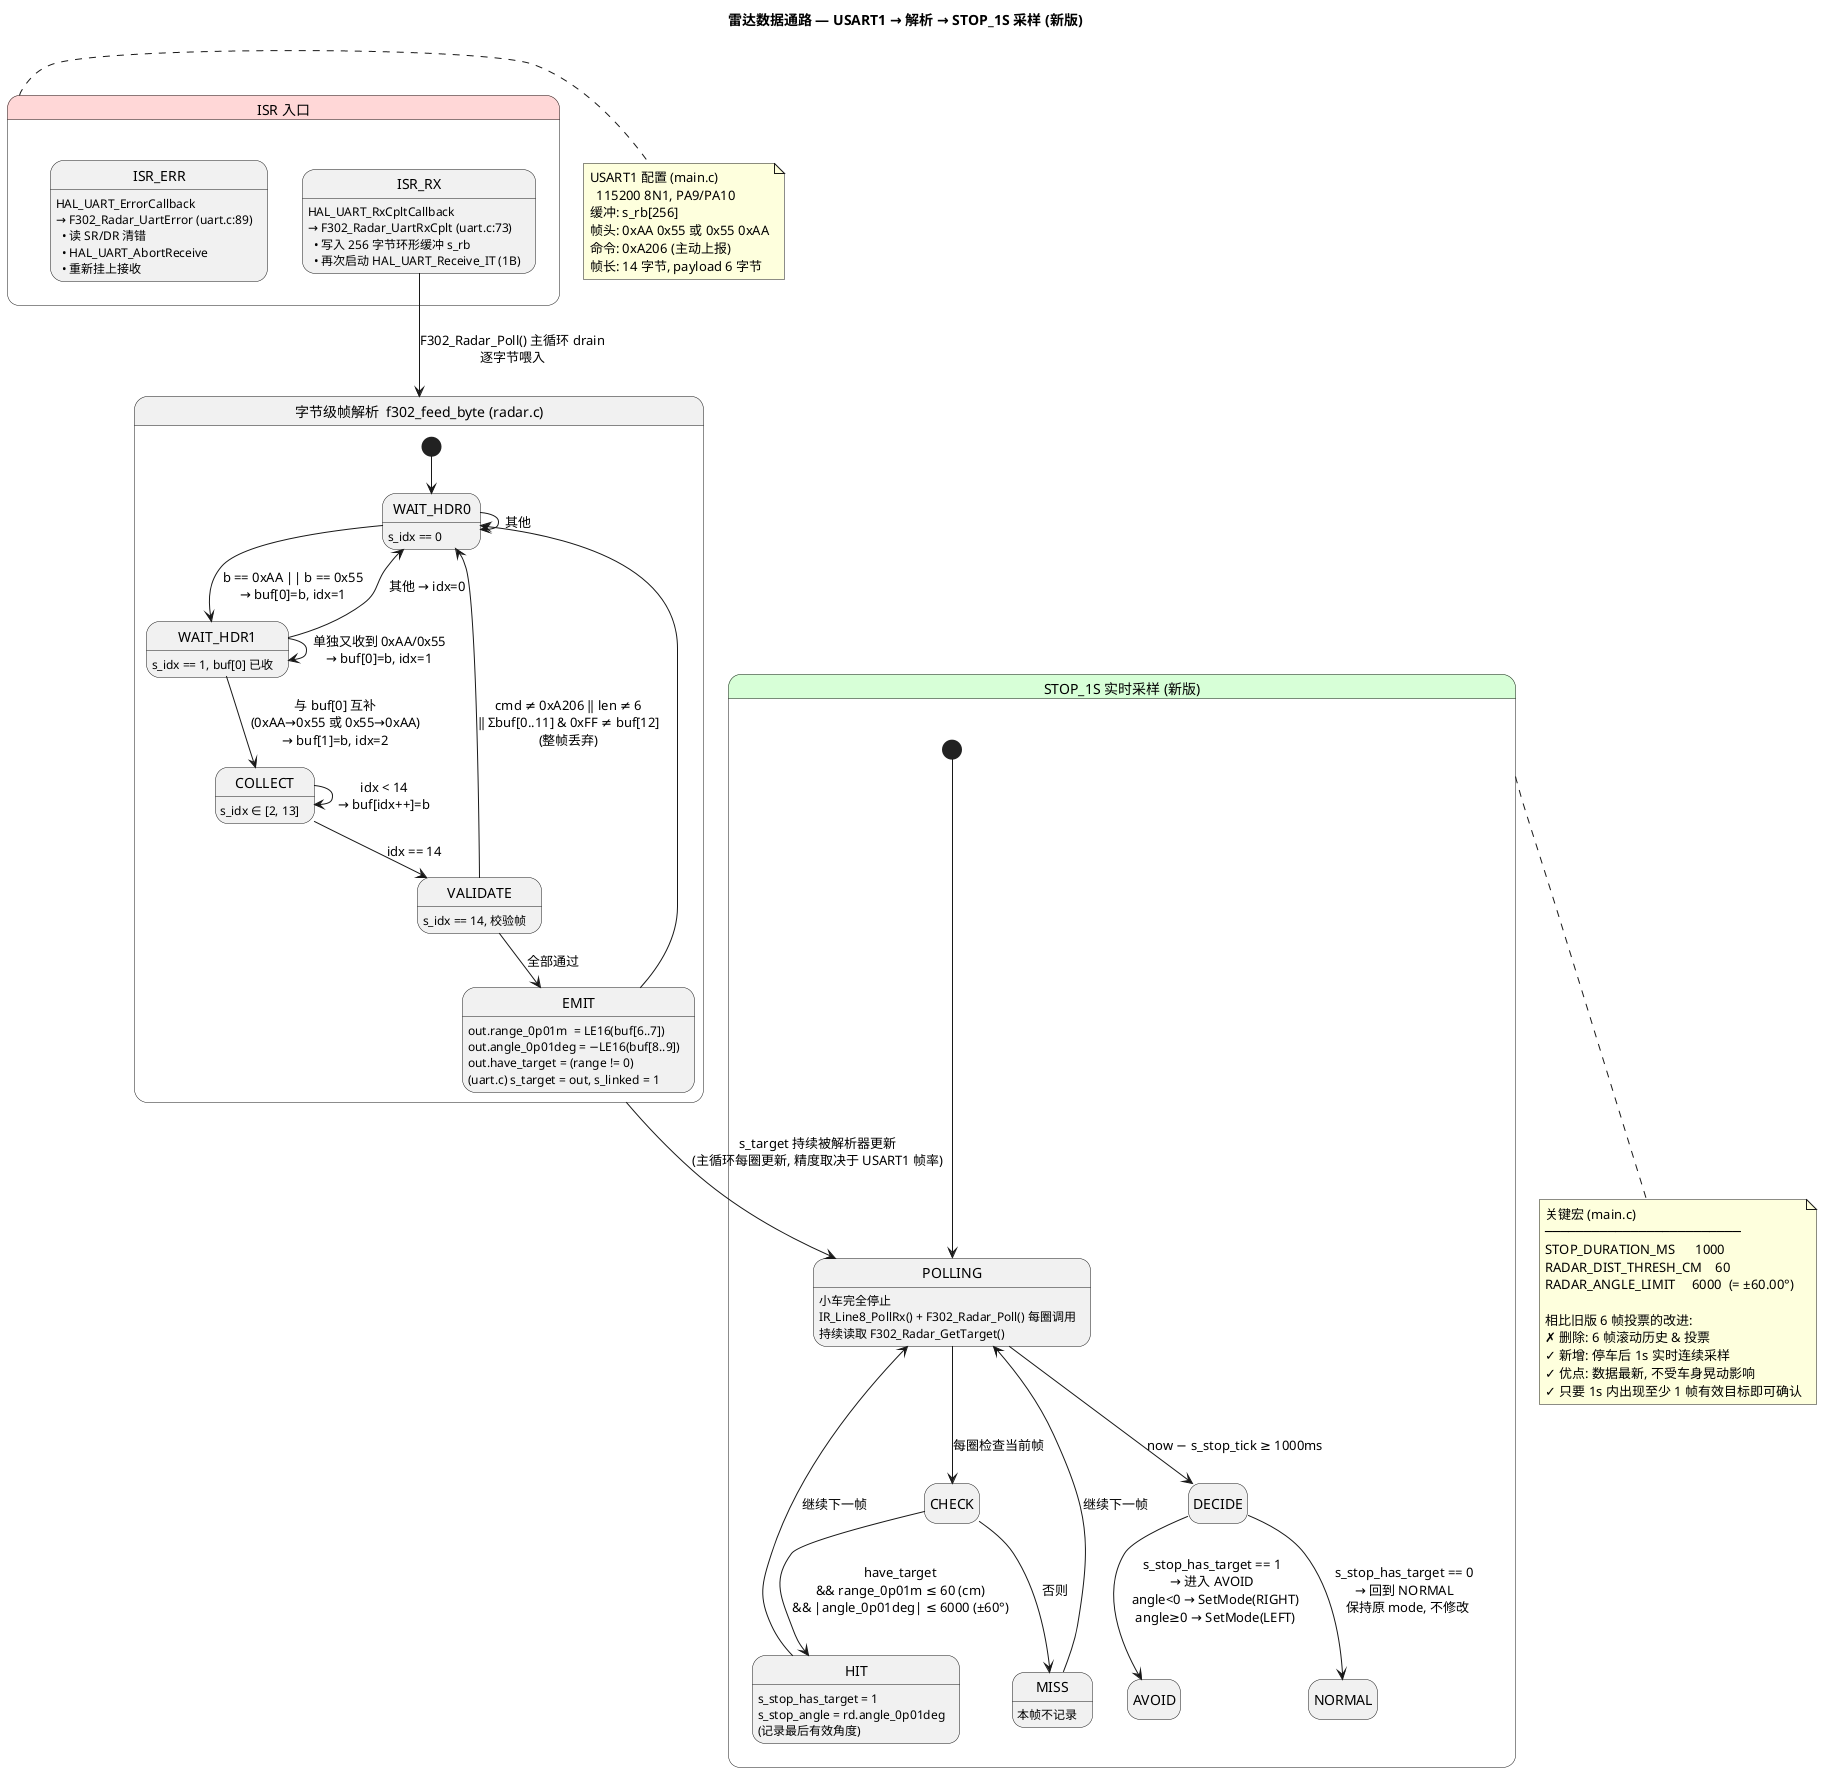
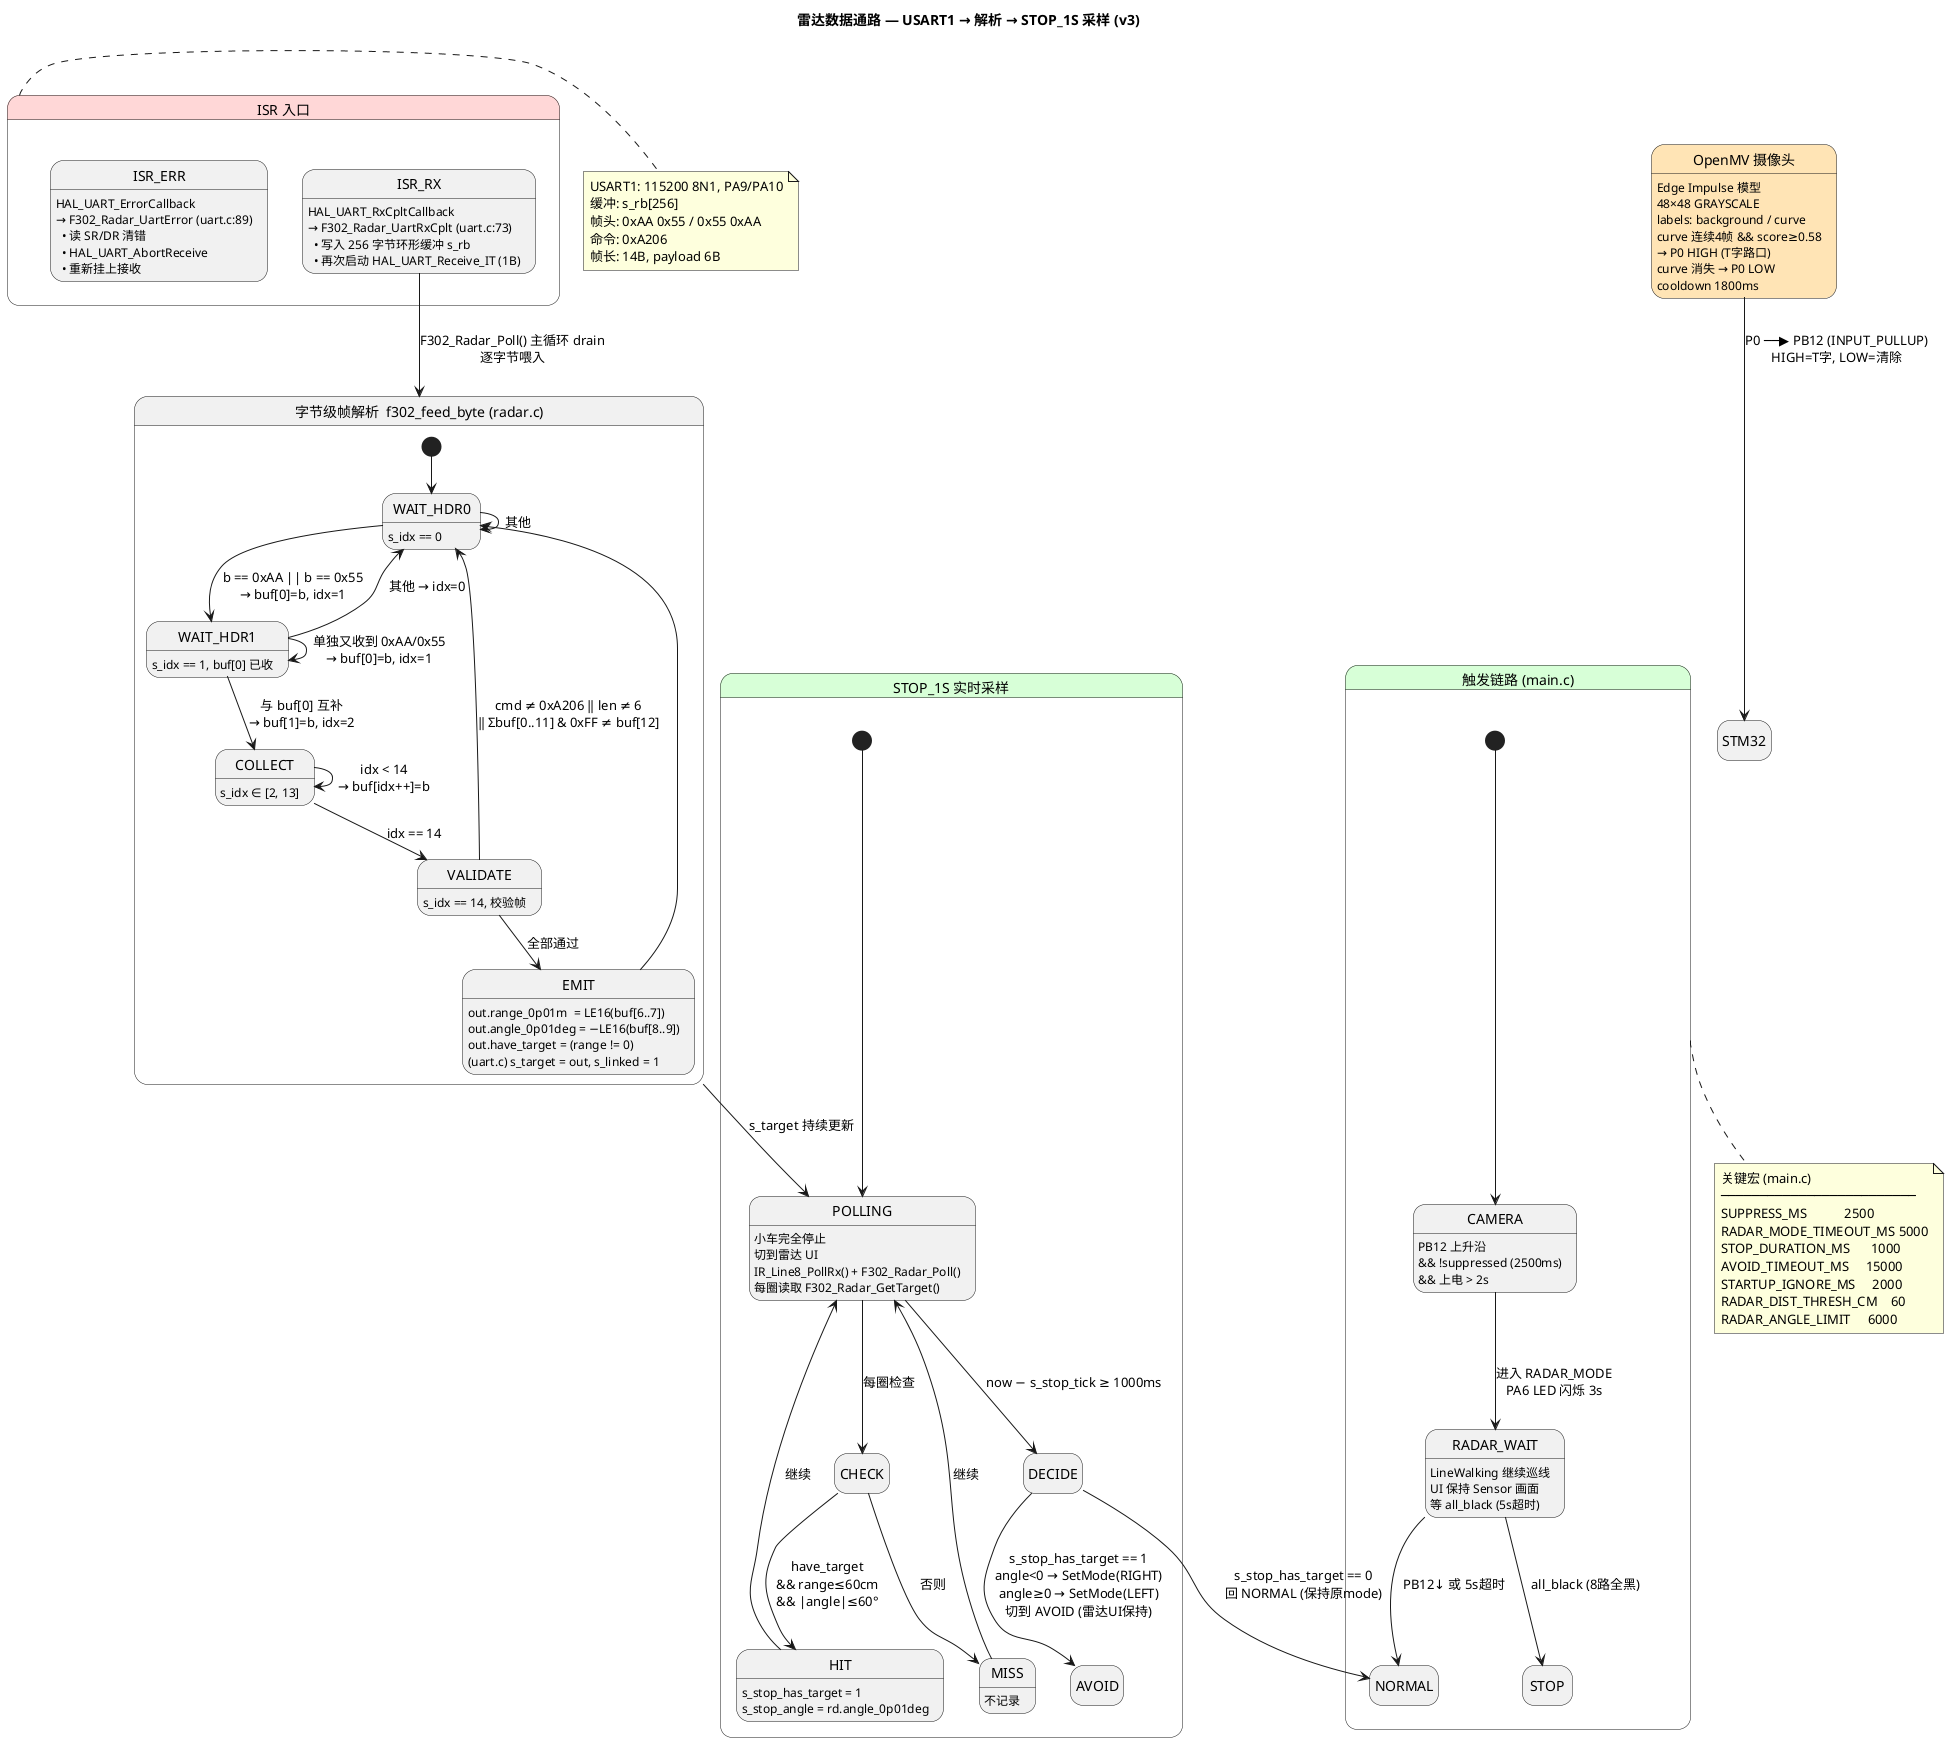
@startuml radar_pipeline
- title 雷达数据通路 — USART1 → 解析 → STOP_1S 采样 (新版)
+ title 雷达数据通路 — USART1 → 解析 → STOP_1S 采样 (v3)
hide empty description
- skinparam StateBackgroundColor<<isr>>  #FFD7D7
- skinparam StateBackgroundColor<<stop>> #D7FFD7
+ skinparam StateBackgroundColor<<isr>>   #FFD7D7
+ skinparam StateBackgroundColor<<stop>>  #D7FFD7
+ skinparam StateBackgroundColor<<cam>>   #FFE4B5

' ---- 中断 / DMA 端 ----
state "ISR 入口" as ISR <<isr>> {
  state ISR_RX  : HAL_UART_RxCpltCallback\n→ F302_Radar_UartRxCplt (uart.c:73)\n  • 写入 256 字节环形缓冲 s_rb\n  • 再次启动 HAL_UART_Receive_IT (1B)
  state ISR_ERR : HAL_UART_ErrorCallback\n→ F302_Radar_UartError (uart.c:89)\n  • 读 SR/DR 清错\n  • HAL_UART_AbortReceive\n  • 重新挂上接收
}
+ 
+ ' ---- OpenMV 摄像头 ----
+ state "OpenMV 摄像头" as CAM <<cam>> {
+   CAM : Edge Impulse 模型\n48×48 GRAYSCALE\nlabels: background / curve
+   CAM : curve 连续4帧 && score≥0.58\n→ P0 HIGH (T字路口)
+   CAM : curve 消失 → P0 LOW\ncooldown 1800ms
+ }
+ 
+ CAM --> STM32 : P0 ──▶ PB12 (INPUT_PULLUP)\nHIGH=T字, LOW=清除

' ---- 主循环字节级解析 ----
state "字节级帧解析  f302_feed_byte (radar.c)" as PARSE {
  [*] --> WAIT_HDR0
  WAIT_HDR0 : s_idx == 0
  WAIT_HDR1 : s_idx == 1, buf[0] 已收
  COLLECT   : s_idx ∈ [2, 13]
  VALIDATE  : s_idx == 14, 校验帧

  WAIT_HDR0 --> WAIT_HDR1 : b == 0xAA || b == 0x55\n→ buf[0]=b, idx=1
  WAIT_HDR0 --> WAIT_HDR0 : 其他

-   WAIT_HDR1 --> COLLECT  : 与 buf[0] 互补\n(0xAA→0x55 或 0x55→0xAA)\n→ buf[1]=b, idx=2
+   WAIT_HDR1 --> COLLECT  : 与 buf[0] 互补\n→ buf[1]=b, idx=2
  WAIT_HDR1 --> WAIT_HDR1 : 单独又收到 0xAA/0x55\n→ buf[0]=b, idx=1
  WAIT_HDR1 --> WAIT_HDR0 : 其他 → idx=0

  COLLECT  --> COLLECT  : idx < 14\n→ buf[idx++]=b
  COLLECT  --> VALIDATE : idx == 14

-   VALIDATE --> WAIT_HDR0 : cmd ≠ 0xA206 ‖ len ≠ 6\n‖ Σbuf[0..11] & 0xFF ≠ buf[12]\n(整帧丢弃)
+   VALIDATE --> WAIT_HDR0 : cmd ≠ 0xA206 ‖ len ≠ 6\n‖ Σbuf[0..11] & 0xFF ≠ buf[12]
  VALIDATE --> EMIT      : 全部通过
  EMIT : out.range_0p01m  = LE16(buf[6..7])\nout.angle_0p01deg = −LE16(buf[8..9])\nout.have_target = (range != 0)\n(uart.c) s_target = out, s_linked = 1
  EMIT --> WAIT_HDR0
}

ISR_RX --> PARSE : F302_Radar_Poll() 主循环 drain\n逐字节喂入

- ' ---- STOP_1S 实时采样 (main.c) ----
- state "STOP_1S 实时采样 (新版)" as STOP <<stop>> {
+ ' ---- 触发链路 ----
+ state "触发链路 (main.c)" as TRIGGER <<stop>> {
+   [*] --> CAMERA
+   CAMERA : PB12 上升沿\n&& !suppressed (2500ms)\n&& 上电 > 2s
+   CAMERA --> RADAR_WAIT : 进入 RADAR_MODE\nPA6 LED 闪烁 3s
+   RADAR_WAIT : LineWalking 继续巡线\nUI 保持 Sensor 画面\n等 all_black (5s超时)
+   RADAR_WAIT --> STOP : all_black (8路全黑)
+   RADAR_WAIT --> NORMAL : PB12↓ 或 5s超时
+ }
+ 
+ ' ---- STOP_1S 实时采样 ----
+ state "STOP_1S 实时采样" as STOP_SAMPLE <<stop>> {
  [*] --> POLLING

-   POLLING : 小车完全停止\nIR_Line8_PollRx() + F302_Radar_Poll() 每圈调用\n持续读取 F302_Radar_GetTarget()
-   POLLING --> CHECK : 每圈检查当前帧
+   POLLING : 小车完全停止\n切到雷达 UI\nIR_Line8_PollRx() + F302_Radar_Poll()\n每圈读取 F302_Radar_GetTarget()
+   POLLING --> CHECK : 每圈检查

-   CHECK --> HIT  : have_target\n&& range_0p01m ≤ 60 (cm)\n&& |angle_0p01deg| ≤ 6000 (±60°)
+   CHECK --> HIT  : have_target\n&& range≤60cm\n&& |angle|≤60°

  CHECK --> MISS : 否则

-   HIT : s_stop_has_target = 1\ns_stop_angle = rd.angle_0p01deg\n(记录最后有效角度)
-   MISS : 本帧不记录
+   HIT : s_stop_has_target = 1\ns_stop_angle = rd.angle_0p01deg
+   MISS : 不记录

-   HIT --> POLLING : 继续下一帧
-   MISS --> POLLING : 继续下一帧
+   HIT --> POLLING : 继续
+   MISS --> POLLING : 继续

  POLLING --> DECIDE : now − s_stop_tick ≥ 1000ms

-   DECIDE --> AVOID  : s_stop_has_target == 1\n→ 进入 AVOID\n  angle<0 → SetMode(RIGHT)\n  angle≥0 → SetMode(LEFT)
-   DECIDE --> NORMAL : s_stop_has_target == 0\n→ 回到 NORMAL\n  保持原 mode, 不修改
+   DECIDE --> AVOID  : s_stop_has_target == 1\nangle<0 → SetMode(RIGHT)\nangle≥0 → SetMode(LEFT)\n切到 AVOID (雷达UI保持)
+   DECIDE --> NORMAL : s_stop_has_target == 0\n回 NORMAL (保持原mode)
}

- PARSE --> POLLING : s_target 持续被解析器更新\n(主循环每圈更新, 精度取决于 USART1 帧率)
+ PARSE --> POLLING : s_target 持续更新

note right of ISR
-   USART1 配置 (main.c)
-     115200 8N1, PA9/PA10
+   USART1: 115200 8N1, PA9/PA10
  缓冲: s_rb[256]
-   帧头: 0xAA 0x55 或 0x55 0xAA
-   命令: 0xA206 (主动上报)
-   帧长: 14 字节, payload 6 字节
+   帧头: 0xAA 0x55 / 0x55 0xAA
+   命令: 0xA206
+   帧长: 14B, payload 6B
end note

- note bottom of STOP
+ note bottom of TRIGGER
  关键宏 (main.c)
  ─────────────────────────
+   SUPPRESS_MS           2500
+   RADAR_MODE_TIMEOUT_MS 5000
  STOP_DURATION_MS      1000
+   AVOID_TIMEOUT_MS     15000
+   STARTUP_IGNORE_MS     2000
  RADAR_DIST_THRESH_CM    60
-   RADAR_ANGLE_LIMIT     6000  (= ±60.00°)
- 
-   相比旧版 6 帧投票的改进:
-   ✗ 删除: 6 帧滚动历史 & 投票
-   ✓ 新增: 停车后 1s 实时连续采样
-   ✓ 优点: 数据最新, 不受车身晃动影响
-   ✓ 只要 1s 内出现至少 1 帧有效目标即可确认
+   RADAR_ANGLE_LIMIT     6000
end note

@enduml
